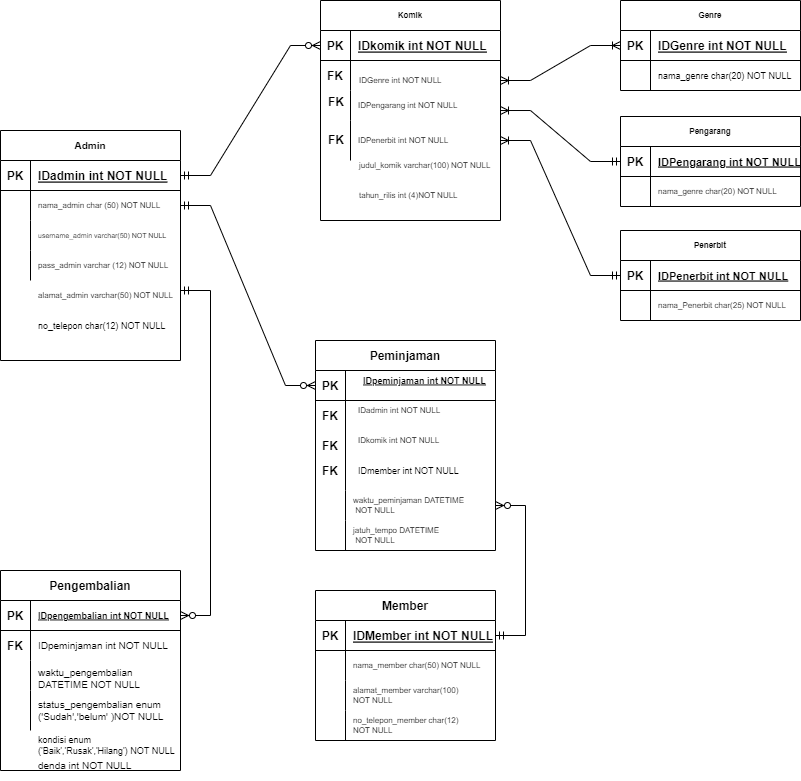
Before: Pertemuan 6/Pertemuan 6.drawio.png, a diagram exported from draw.io (Naufalzaki05/IF214002). Source tidied: cells renumbered, new cells last; positions are measured from the earlier drawing's top-left corner, leaving out a move shared by most shapes.
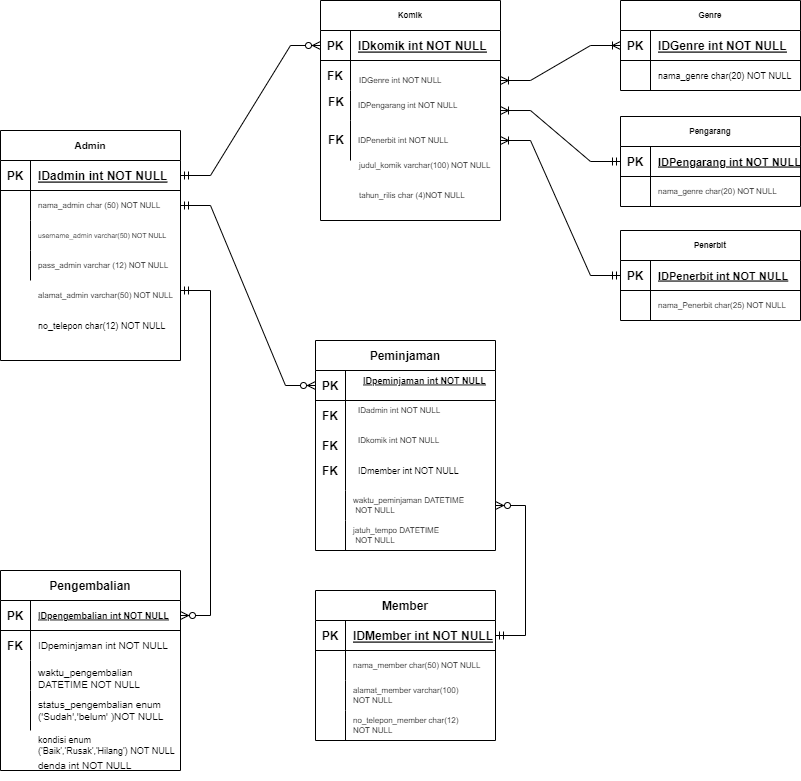
Above is the later version.

What changed in the source:
```diff
@@ -274,7 +274,7 @@
     <mxCell id="91" value="judul_komik varchar(100) NOT NULL" style="shape=partialRectangle;fillColor=none;top=0;left=0;bottom=0;right=0;align=left;spacingLeft=6;overflow=hidden;fontSize=8;" parent="1" vertex="1">
       <mxGeometry x="351" y="150" width="150" height="30" as="geometry" />
     </mxCell>
-    <mxCell id="92" value="tahun_rilis int (4)NOT NULL" style="shape=partialRectangle;fillColor=none;top=0;left=0;bottom=0;right=0;align=left;spacingLeft=6;overflow=hidden;fontSize=8;" parent="1" vertex="1">
+    <mxCell id="92" value="tahun_rilis char (4)NOT NULL" style="shape=partialRectangle;fillColor=none;top=0;left=0;bottom=0;right=0;align=left;spacingLeft=6;overflow=hidden;fontSize=8;" parent="1" vertex="1">
       <mxGeometry x="351" y="175" width="150" height="40" as="geometry" />
     </mxCell>
     <mxCell id="93" style="edgeStyle=entityRelationEdgeStyle;fontSize=12;html=1;endArrow=ERoneToMany;startArrow=ERoneToMany;rounded=0;entryX=0;entryY=0.5;entryDx=0;entryDy=0;" parent="1" edge="1" target="81">
```
